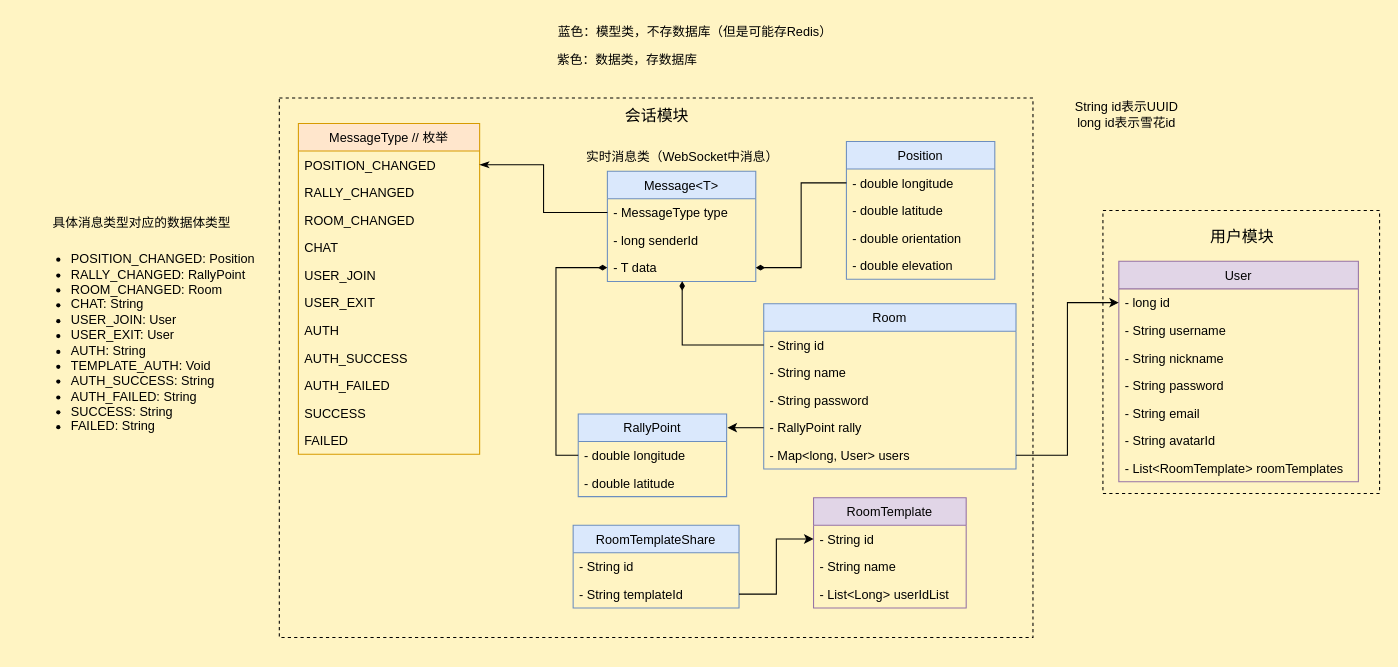
Before: page "类图" (1 of 4) of doc/图/findMe-UML.dio in swsk33/find-me-cloud, a draw.io diagram. Source tidied: cells renumbered, new cells numbered last; positions are measured from the earlier drawing's top-left corner, leaving out a move shared by most shapes. Both pictures are drawn from the tidied source at 106%, with x=0, y=0 at pixel (18, 18).
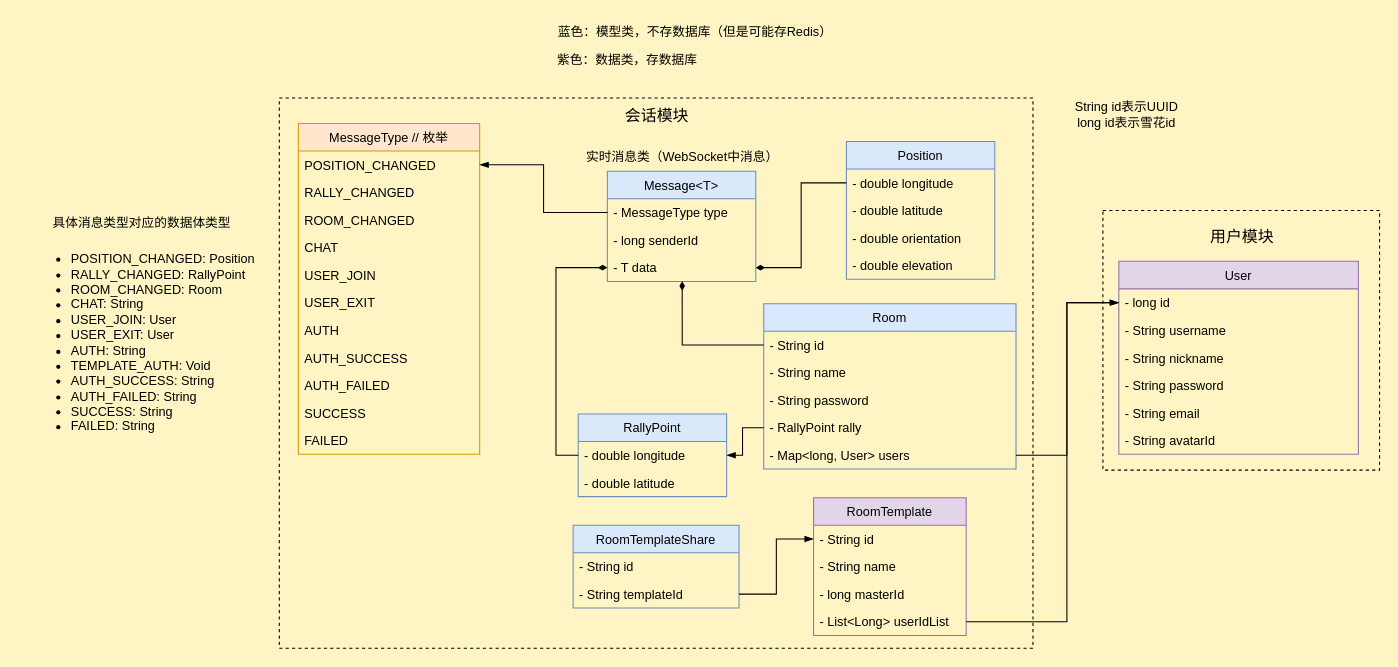
Above is the later version.

Unchanged cells that the change refers to:
```xml
<mxCell id="5" value="- long id" style="text;strokeColor=none;fillColor=none;align=left;verticalAlign=top;spacingLeft=4;spacingRight=4;overflow=hidden;points=[[0,0.5],[1,0.5]];portConstraint=eastwest;" parent="4" vertex="1">
  <mxGeometry y="26" width="226" height="26" as="geometry" />
</mxCell>
<mxCell id="22" value="- RallyPoint rally" style="text;strokeColor=none;fillColor=none;align=left;verticalAlign=top;spacingLeft=4;spacingRight=4;overflow=hidden;points=[[0,0.5],[1,0.5]];portConstraint=eastwest;" parent="18" vertex="1">
  <mxGeometry y="104" width="238" height="26" as="geometry" />
</mxCell>
<mxCell id="23" value="- Map&lt;long, User&gt; users" style="text;strokeColor=none;fillColor=none;align=left;verticalAlign=top;spacingLeft=4;spacingRight=4;overflow=hidden;points=[[0,0.5],[1,0.5]];portConstraint=eastwest;" parent="18" vertex="1">
  <mxGeometry y="130" width="238" height="26" as="geometry" />
</mxCell>
<mxCell id="26" value="RallyPoint" style="swimlane;fontStyle=0;horizontal=1;startSize=26;fillColor=#dae8fc;strokeColor=#6c8ebf;" parent="1" vertex="1">
  <mxGeometry x="528" y="373" width="140" height="78" as="geometry" />
</mxCell>
<mxCell id="27" value="- double longitude" style="text;strokeColor=none;fillColor=none;align=left;verticalAlign=top;spacingLeft=4;spacingRight=4;overflow=hidden;points=[[0,0.5],[1,0.5]];portConstraint=eastwest;" parent="26" vertex="1">
  <mxGeometry y="26" width="140" height="26" as="geometry" />
</mxCell>
<mxCell id="32" value="- MessageType type" style="text;strokeColor=none;fillColor=none;align=left;verticalAlign=top;spacingLeft=4;spacingRight=4;overflow=hidden;points=[[0,0.5],[1,0.5]];portConstraint=eastwest;" parent="31" vertex="1">
  <mxGeometry y="26" width="140" height="26" as="geometry" />
</mxCell>
<mxCell id="37" value="POSITION_CHANGED" style="text;strokeColor=none;fillColor=none;align=left;verticalAlign=top;spacingLeft=4;spacingRight=4;overflow=hidden;points=[[0,0.5],[1,0.5]];portConstraint=eastwest;" parent="36" vertex="1">
  <mxGeometry y="26" width="171" height="26" as="geometry" />
</mxCell>
<mxCell id="52" value="- String id" style="text;strokeColor=none;fillColor=none;align=left;verticalAlign=top;spacingLeft=4;spacingRight=4;overflow=hidden;points=[[0,0.5],[1,0.5]];portConstraint=eastwest;" parent="51" vertex="1">
  <mxGeometry y="26" width="144" height="26" as="geometry" />
</mxCell>
<mxCell id="61" value="- String templateId" style="text;strokeColor=none;fillColor=none;align=left;verticalAlign=top;spacingLeft=4;spacingRight=4;overflow=hidden;points=[[0,0.5],[1,0.5]];portConstraint=eastwest;" parent="59" vertex="1">
  <mxGeometry y="52" width="156.5" height="26" as="geometry" />
</mxCell>
```

The edit, as a diff of the source:
```diff
@@
     <mxCell id="2" style="rounded=0;whiteSpace=wrap;html=1;fillColor=none;dashed=1;" parent="1" vertex="1">
-      <mxGeometry x="246" y="75" width="711" height="509" as="geometry" />
+      <mxGeometry x="246" y="75" width="711" height="519" as="geometry" />
     </mxCell>
     <mxCell id="3" style="rounded=0;whiteSpace=wrap;html=1;fillColor=none;dashed=1;" parent="1" vertex="1">
-      <mxGeometry x="1023" y="181" width="261" height="267" as="geometry" />
+      <mxGeometry x="1023" y="181" width="261" height="245" as="geometry" />
     </mxCell>
     <mxCell id="4" value="User" style="swimlane;fontStyle=0;horizontal=1;startSize=26;fillColor=#e1d5e7;strokeColor=#9673a6;" parent="1" vertex="1">
-      <mxGeometry x="1038" y="229" width="226" height="208" as="geometry" />
+      <mxGeometry x="1038" y="229" width="226" height="182" as="geometry" />
     </mxCell>
@@
-    <mxCell id="11" value="- List&lt;RoomTemplate&gt; roomTemplates" style="text;strokeColor=none;fillColor=none;align=left;verticalAlign=top;spacingLeft=4;spacingRight=4;overflow=hidden;" parent="4" vertex="1">
-      <mxGeometry y="182" width="226" height="26" as="geometry" />
-    </mxCell>
@@
-    <mxCell id="29" style="edgeStyle=orthogonalEdgeStyle;rounded=0;jettySize=auto;html=1;exitX=0;exitY=0.5;exitDx=0;exitDy=0;entryX=1.006;entryY=0.178;entryDx=0;entryDy=0;entryPerimeter=0;" parent="1" edge="1" source="22" target="26">
-      <mxGeometry relative="1" as="geometry" />
-    </mxCell>
-    <mxCell id="30" style="edgeStyle=orthogonalEdgeStyle;rounded=0;jettySize=auto;html=1;exitX=1;exitY=0.5;exitDx=0;exitDy=0;entryX=0;entryY=0.5;entryDx=0;entryDy=0;" parent="1" edge="1" source="23" target="5">
-      <mxGeometry relative="1" as="geometry" />
-    </mxCell>
@@
     <mxCell id="51" value="RoomTemplate" style="swimlane;fontStyle=0;horizontal=1;startSize=26;fillColor=#e1d5e7;strokeColor=#9673a6;" parent="1" vertex="1">
-      <mxGeometry x="750" y="452" width="144" height="104" as="geometry" />
+      <mxGeometry x="750" y="452" width="144" height="130" as="geometry" />
     </mxCell>
@@
+    <mxCell id="66" value="- long masterId" style="text;strokeColor=none;fillColor=none;align=left;verticalAlign=top;spacingLeft=4;spacingRight=4;overflow=hidden;" parent="51" vertex="1">
+      <mxGeometry y="78" width="144" height="26" as="geometry" />
+    </mxCell>
     <mxCell id="54" value="- List&lt;Long&gt; userIdList" style="text;strokeColor=none;fillColor=none;align=left;verticalAlign=top;spacingLeft=4;spacingRight=4;overflow=hidden;points=[[0,0.5],[1,0.5]];portConstraint=eastwest;" parent="51" vertex="1">
-      <mxGeometry y="78" width="144" height="26" as="geometry" />
+      <mxGeometry y="104" width="144" height="26" as="geometry" />
     </mxCell>
-    <mxCell id="55" style="edgeStyle=orthogonalEdgeStyle;rounded=0;jettySize=auto;html=1;exitX=0;exitY=0.5;exitDx=0;exitDy=0;entryX=1;entryY=0.5;entryDx=0;entryDy=0;endArrow=classicThin;endFill=1;" parent="1" edge="1" source="32" target="37">
+    <mxCell id="55" style="edgeStyle=orthogonalEdgeStyle;rounded=0;jettySize=auto;html=1;exitX=0;exitY=0.5;exitDx=0;exitDy=0;entryX=1;entryY=0.5;entryDx=0;entryDy=0;endArrow=blockThin;endFill=1;" parent="1" edge="1" source="32" target="37">
       <mxGeometry relative="1" as="geometry" />
     </mxCell>
@@
-    <mxCell id="62" style="edgeStyle=orthogonalEdgeStyle;rounded=0;jettySize=auto;html=1;exitX=1;exitY=0.5;exitDx=0;exitDy=0;entryX=0;entryY=0.5;entryDx=0;entryDy=0;" parent="1" edge="1" source="61" target="52">
-      <mxGeometry relative="1" as="geometry" />
-    </mxCell>
@@
+    <mxCell id="67" style="edgeStyle=orthogonalEdgeStyle;shape=connector;rounded=0;jettySize=auto;html=1;exitX=0;exitY=0.5;exitDx=0;exitDy=0;entryX=1;entryY=0.5;entryDx=0;entryDy=0;labelBackgroundColor=default;strokeColor=default;fontFamily=Helvetica;fontSize=11;fontColor=default;endArrow=blockThin;endFill=1;" parent="1" edge="1" source="22" target="27">
+      <mxGeometry relative="1" as="geometry" />
+    </mxCell>
+    <mxCell id="62" style="edgeStyle=orthogonalEdgeStyle;shape=connector;rounded=0;jettySize=auto;html=1;exitX=1;exitY=0.5;exitDx=0;exitDy=0;entryX=0;entryY=0.5;entryDx=0;entryDy=0;labelBackgroundColor=default;strokeColor=default;fontFamily=Helvetica;fontSize=11;fontColor=default;endArrow=blockThin;endFill=1;" parent="1" edge="1" source="61" target="52">
+      <mxGeometry relative="1" as="geometry" />
+    </mxCell>
+    <mxCell id="30" style="edgeStyle=orthogonalEdgeStyle;shape=connector;rounded=0;jettySize=auto;html=1;exitX=1;exitY=0.5;exitDx=0;exitDy=0;entryX=0;entryY=0.5;entryDx=0;entryDy=0;labelBackgroundColor=default;strokeColor=default;fontFamily=Helvetica;fontSize=11;fontColor=default;endArrow=blockThin;endFill=1;" parent="1" edge="1" source="23" target="5">
+      <mxGeometry relative="1" as="geometry">
+        <Array as="points">
+          <mxPoint x="989" y="412" />
+          <mxPoint x="989" y="268" />
+        </Array>
+      </mxGeometry>
+    </mxCell>
+    <mxCell id="68" style="edgeStyle=orthogonalEdgeStyle;shape=connector;rounded=0;jettySize=auto;html=1;exitX=1;exitY=0.5;exitDx=0;exitDy=0;entryX=0;entryY=0.5;entryDx=0;entryDy=0;labelBackgroundColor=default;strokeColor=default;fontFamily=Helvetica;fontSize=11;fontColor=default;endArrow=blockThin;endFill=1;" parent="1" edge="1" source="54" target="5">
+      <mxGeometry relative="1" as="geometry">
+        <Array as="points">
+          <mxPoint x="989" y="569" />
+          <mxPoint x="989" y="268" />
+        </Array>
+      </mxGeometry>
+    </mxCell>
```
